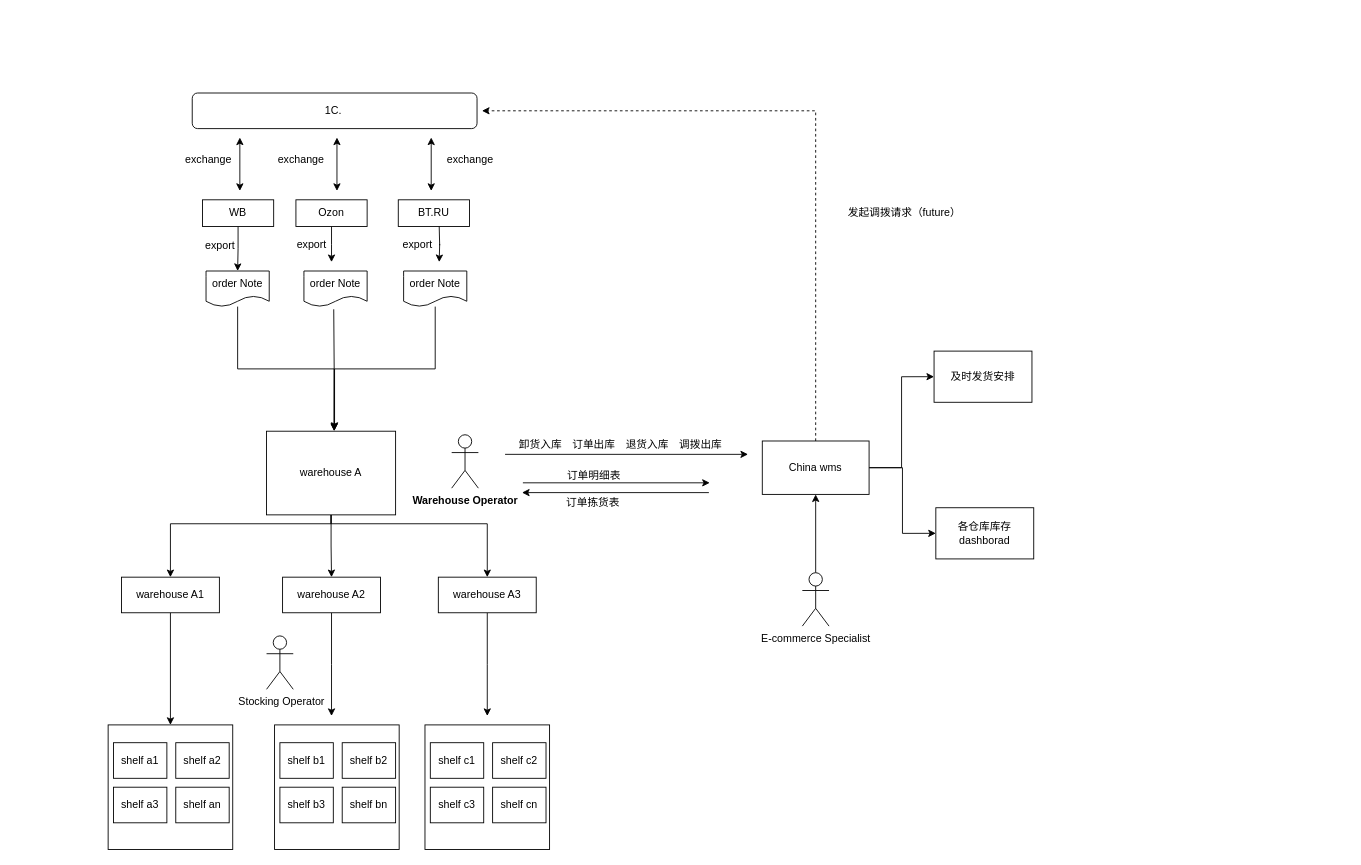
Before: els wms.drawio in redpoppet/drawio_hub, a draw.io diagram. Source tidied: cells renumbered, new cells numbered last; positions are measured from the earlier drawing's top-left corner, leaving out a move shared by most shapes. Both pictures are drawn from the tidied source at 89%, with x=0, y=0 at pixel (108, 93).
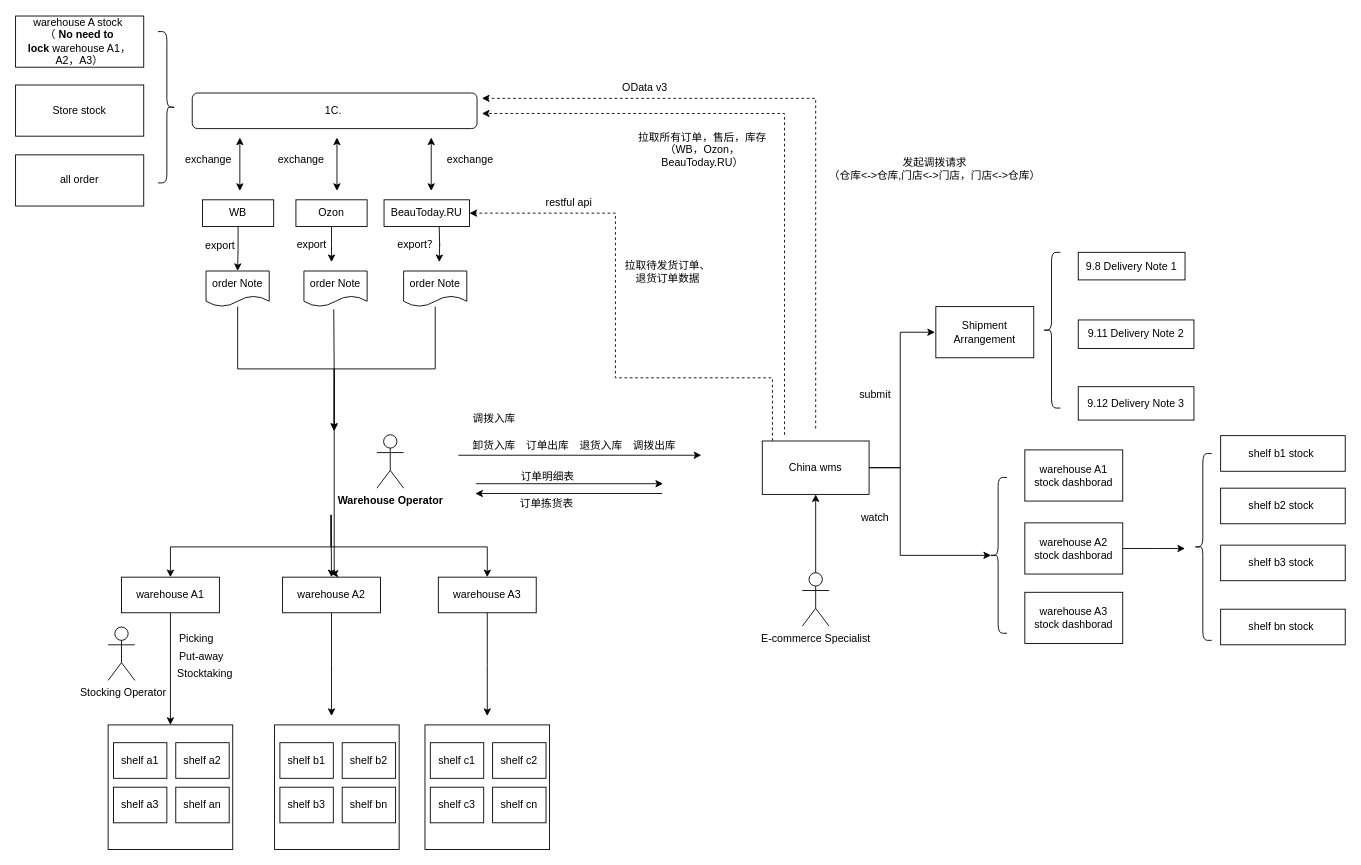
The same diagram, later.

The change refers to these unchanged cells:
```xml
<mxCell id="7" value="China wms" style="rounded=0;whiteSpace=wrap;html=1;" parent="1" vertex="1">
  <mxGeometry x="735" y="391" width="120" height="60" as="geometry" />
</mxCell>
<mxCell id="19" value="warehouse A1" style="rounded=0;whiteSpace=wrap;html=1;" parent="1" vertex="1">
  <mxGeometry x="15" y="544" width="110" height="40" as="geometry" />
</mxCell>
<mxCell id="21" value="warehouse A2" style="rounded=0;whiteSpace=wrap;html=1;" parent="1" vertex="1">
  <mxGeometry x="196" y="544" width="110" height="40" as="geometry" />
</mxCell>
<mxCell id="23" value="warehouse A3" style="rounded=0;whiteSpace=wrap;html=1;" parent="1" vertex="1">
  <mxGeometry x="371" y="544" width="110" height="40" as="geometry" />
</mxCell>
<mxCell id="49" value="order Note" style="shape=document;whiteSpace=wrap;html=1;boundedLbl=1;" parent="1" vertex="1">
  <mxGeometry x="332" y="200" width="71" height="40" as="geometry" />
</mxCell>
```

Diff of the diagram source:
```diff
@@
-    <mxCell id="4" style="edgeStyle=orthogonalEdgeStyle;rounded=0;jettySize=auto;html=1;entryX=0;entryY=0.5;entryDx=0;entryDy=0;" parent="1" edge="1" source="7" target="66">
-      <mxGeometry relative="1" as="geometry" />
+    <mxCell id="4" style="edgeStyle=orthogonalEdgeStyle;rounded=0;jettySize=auto;html=1;entryX=0.1;entryY=0.5;entryDx=0;entryDy=0;entryPerimeter=0;" parent="1" edge="1" source="7" target="80">
+      <mxGeometry relative="1" as="geometry">
+        <Array as="points">
+          <mxPoint x="890" y="421" />
+          <mxPoint x="890" y="520" />
+        </Array>
+      </mxGeometry>
     </mxCell>
-    <mxCell id="5" style="edgeStyle=orthogonalEdgeStyle;rounded=0;jettySize=auto;html=1;dashed=1;" parent="1" edge="1" source="7">
+    <mxCell id="5" style="edgeStyle=orthogonalEdgeStyle;rounded=0;orthogonalLoop=1;jettySize=auto;html=1;dashed=1;" parent="1" edge="1">
       <mxGeometry relative="1" as="geometry">
-        <mxPoint x="420" y="20" as="targetPoint" />
+        <mxPoint x="795" y="377" as="sourcePoint" />
+        <mxPoint x="420" y="6" as="targetPoint" />
         <Array as="points">
-          <mxPoint x="795" y="20" />
+          <mxPoint x="795" y="6" />
         </Array>
       </mxGeometry>
     </mxCell>
-    <mxCell id="6" style="edgeStyle=orthogonalEdgeStyle;rounded=0;jettySize=auto;html=1;entryX=0;entryY=0.5;entryDx=0;entryDy=0;" parent="1" edge="1" source="7" target="68">
-      <mxGeometry relative="1" as="geometry" />
+    <mxCell id="6" style="edgeStyle=orthogonalEdgeStyle;rounded=0;orthogonalLoop=1;jettySize=auto;html=1;entryX=0;entryY=0.5;entryDx=0;entryDy=0;" parent="1" edge="1">
+      <mxGeometry relative="1" as="geometry">
+        <mxPoint x="854" y="421" as="sourcePoint" />
+        <mxPoint x="929" y="268.8" as="targetPoint" />
+        <Array as="points">
+          <mxPoint x="890" y="421" />
+          <mxPoint x="890" y="269" />
+        </Array>
+      </mxGeometry>
     </mxCell>
+    <mxCell id="69" style="edgeStyle=orthogonalEdgeStyle;rounded=0;orthogonalLoop=1;jettySize=auto;html=1;dashed=1;" parent="1" edge="1">
+      <mxGeometry relative="1" as="geometry">
+        <mxPoint x="760" y="384" as="sourcePoint" />
+        <mxPoint x="420" y="23" as="targetPoint" />
+        <Array as="points">
+          <mxPoint x="760" y="23" />
+        </Array>
+      </mxGeometry>
+    </mxCell>
+    <mxCell id="70" style="edgeStyle=orthogonalEdgeStyle;rounded=0;jettySize=auto;html=1;entryX=1;entryY=0.5;entryDx=0;entryDy=0;exitX=0.095;exitY=-0.004;exitDx=0;exitDy=0;exitPerimeter=0;dashed=1;" parent="1" edge="1" source="7" target="12">
+      <mxGeometry relative="1" as="geometry">
+        <Array as="points">
+          <mxPoint x="746" y="320" />
+          <mxPoint x="570" y="320" />
+          <mxPoint x="570" y="135" />
+        </Array>
+      </mxGeometry>
+    </mxCell>
@@
-    <mxCell id="12" value="BT.RU" style="rounded=0;whiteSpace=wrap;html=1;" parent="1" vertex="1">
-      <mxGeometry x="326" y="120" width="80" height="30" as="geometry" />
+    <mxCell id="12" value="BeauToday.RU" style="rounded=0;whiteSpace=wrap;html=1;" parent="1" vertex="1">
+      <mxGeometry x="310" y="120" width="96" height="30" as="geometry" />
     </mxCell>
-    <mxCell id="13" style="edgeStyle=orthogonalEdgeStyle;rounded=0;jettySize=auto;html=1;entryX=0.5;entryY=0;entryDx=0;entryDy=0;" parent="1" edge="1" source="17" target="19">
+    <mxCell id="13" style="edgeStyle=orthogonalEdgeStyle;rounded=0;jettySize=auto;html=1;entryX=0.5;entryY=0;entryDx=0;entryDy=0;" parent="1" edge="1" target="19">
       <mxGeometry relative="1" as="geometry">
+        <mxPoint x="250.5" y="474" as="sourcePoint" />
         <Array as="points">
-          <mxPoint x="250" y="484" />
-          <mxPoint x="70" y="484" />
+          <mxPoint x="250" y="510" />
+          <mxPoint x="70" y="510" />
         </Array>
       </mxGeometry>
     </mxCell>
-    <mxCell id="14" style="edgeStyle=orthogonalEdgeStyle;rounded=0;jettySize=auto;html=1;entryX=0.5;entryY=0;entryDx=0;entryDy=0;" parent="1" edge="1" source="17" target="21">
-      <mxGeometry relative="1" as="geometry" />
+    <mxCell id="14" style="edgeStyle=orthogonalEdgeStyle;rounded=0;jettySize=auto;html=1;entryX=0.5;entryY=0;entryDx=0;entryDy=0;" parent="1" edge="1" target="21">
+      <mxGeometry relative="1" as="geometry">
+        <mxPoint x="250.5" y="474" as="sourcePoint" />
+      </mxGeometry>
     </mxCell>
-    <mxCell id="15" style="edgeStyle=orthogonalEdgeStyle;rounded=0;jettySize=auto;html=1;" parent="1" edge="1" source="17" target="23">
+    <mxCell id="15" style="edgeStyle=orthogonalEdgeStyle;rounded=0;jettySize=auto;html=1;" parent="1" edge="1" target="23">
       <mxGeometry relative="1" as="geometry">
+        <mxPoint x="250.5" y="474" as="sourcePoint" />
         <Array as="points">
-          <mxPoint x="250" y="484" />
-          <mxPoint x="426" y="484" />
+          <mxPoint x="250" y="510" />
+          <mxPoint x="426" y="510" />
         </Array>
       </mxGeometry>
     </mxCell>
     <mxCell id="16" style="edgeStyle=orthogonalEdgeStyle;rounded=0;orthogonalLoop=1;jettySize=auto;html=1;" parent="1" edge="1">
       <mxGeometry relative="1" as="geometry">
-        <mxPoint x="446" y="406" as="sourcePoint" />
-        <mxPoint x="719" y="406" as="targetPoint" />
+        <mxPoint x="393.5" y="407" as="sourcePoint" />
+        <mxPoint x="666.5" y="407" as="targetPoint" />
       </mxGeometry>
     </mxCell>
-    <mxCell id="17" value="warehouse A" style="rounded=0;whiteSpace=wrap;html=1;" parent="1" vertex="1">
-      <mxGeometry x="178" y="380" width="145" height="94" as="geometry" />
-    </mxCell>
@@
-    <mxCell id="50" value="export" style="text;html=1;whiteSpace=wrap;strokeColor=none;fillColor=none;align=center;verticalAlign=middle;rounded=0;" parent="1" vertex="1">
+    <mxCell id="50" value="export？" style="text;html=1;whiteSpace=wrap;strokeColor=none;fillColor=none;align=center;verticalAlign=middle;rounded=0;" parent="1" vertex="1">
       <mxGeometry x="318" y="156" width="60" height="30" as="geometry" />
     </mxCell>
@@
     <mxCell id="52" value="卸货入库" style="text;html=1;whiteSpace=wrap;strokeColor=none;fillColor=none;align=center;verticalAlign=middle;rounded=0;" parent="1" vertex="1">
-      <mxGeometry x="456" y="380" width="60" height="30" as="geometry" />
+      <mxGeometry x="403.5" y="381" width="60" height="30" as="geometry" />
     </mxCell>
     <mxCell id="53" value="订单出库" style="text;html=1;whiteSpace=wrap;strokeColor=none;fillColor=none;align=center;verticalAlign=middle;rounded=0;" parent="1" vertex="1">
-      <mxGeometry x="516" y="380" width="60" height="30" as="geometry" />
+      <mxGeometry x="463.5" y="381" width="60" height="30" as="geometry" />
     </mxCell>
     <mxCell id="54" value="退货入库" style="text;html=1;whiteSpace=wrap;strokeColor=none;fillColor=none;align=center;verticalAlign=middle;rounded=0;" parent="1" vertex="1">
-      <mxGeometry x="576" y="380" width="60" height="30" as="geometry" />
+      <mxGeometry x="523.5" y="381" width="60" height="30" as="geometry" />
     </mxCell>
     <mxCell id="55" value="调拨出库" style="text;html=1;whiteSpace=wrap;strokeColor=none;fillColor=none;align=center;verticalAlign=middle;rounded=0;" parent="1" vertex="1">
-      <mxGeometry x="636" y="380" width="60" height="30" as="geometry" />
+      <mxGeometry x="583.5" y="381" width="60" height="30" as="geometry" />
     </mxCell>
     <mxCell id="56" style="endArrow=classic;html=1;rounded=0;" parent="1" edge="1">
       <mxGeometry relative="1" as="geometry">
-        <mxPoint x="466" y="438" as="sourcePoint" />
-        <mxPoint x="676" y="438" as="targetPoint" />
+        <mxPoint x="413.5" y="439" as="sourcePoint" />
+        <mxPoint x="623.5" y="439" as="targetPoint" />
       </mxGeometry>
     </mxCell>
     <mxCell id="57" value="订单明细表" style="text;html=1;whiteSpace=wrap;strokeColor=none;fillColor=none;align=center;verticalAlign=middle;rounded=0;" parent="1" vertex="1">
-      <mxGeometry x="501" y="415" width="90" height="30" as="geometry" />
+      <mxGeometry x="448.5" y="416" width="90" height="30" as="geometry" />
     </mxCell>
     <mxCell id="58" value="订单拣货表" style="text;html=1;whiteSpace=wrap;strokeColor=none;fillColor=none;align=center;verticalAlign=middle;rounded=0;" parent="1" vertex="1">
-      <mxGeometry x="500" y="446" width="90" height="30" as="geometry" />
+      <mxGeometry x="447.5" y="447" width="90" height="30" as="geometry" />
     </mxCell>
     <mxCell id="59" style="endArrow=classic;html=1;rounded=0;" parent="1" edge="1">
       <mxGeometry relative="1" as="geometry">
-        <mxPoint x="675" y="449" as="sourcePoint" />
-        <mxPoint x="465" y="449" as="targetPoint" />
+        <mxPoint x="622.5" y="450" as="sourcePoint" />
+        <mxPoint x="412.5" y="450" as="targetPoint" />
       </mxGeometry>
     </mxCell>
@@
-    <mxCell id="61" style="edgeStyle=orthogonalEdgeStyle;rounded=0;jettySize=auto;html=1;entryX=0.527;entryY=-0.016;entryDx=0;entryDy=0;entryPerimeter=0;" parent="1" edge="1" source="49" target="17">
+    <mxCell id="61" style="edgeStyle=orthogonalEdgeStyle;rounded=0;jettySize=auto;html=1;" parent="1" edge="1" source="49">
       <mxGeometry relative="1" as="geometry">
+        <mxPoint x="250" y="540" as="targetPoint" />
         <Array as="points">
           <mxPoint x="368" y="310" />
           <mxPoint x="254" y="310" />
         </Array>
       </mxGeometry>
     </mxCell>
@@
     <mxCell id="64" value="&lt;strong&gt;Warehouse Operator&lt;/strong&gt;" style="shape=umlActor;verticalLabelPosition=bottom;verticalAlign=top;html=1;" parent="1" vertex="1">
-      <mxGeometry x="386" y="384" width="30" height="60" as="geometry" />
+      <mxGeometry x="302" y="384" width="30" height="60" as="geometry" />
     </mxCell>
-    <mxCell id="65" value="&amp;nbsp;Stocking Operator" style="shape=umlActor;verticalLabelPosition=bottom;verticalAlign=top;html=1;" parent="1" vertex="1">
-      <mxGeometry x="178" y="610" width="30" height="60" as="geometry" />
-    </mxCell>
-    <mxCell id="66" value="各仓库库存dashborad" style="rounded=0;whiteSpace=wrap;html=1;" parent="1" vertex="1">
-      <mxGeometry x="930" y="466" width="110" height="57.5" as="geometry" />
-    </mxCell>
-    <mxCell id="67" value="发起调拨请求（future）" style="text;html=1;whiteSpace=wrap;strokeColor=none;fillColor=none;align=center;verticalAlign=middle;rounded=0;" parent="1" vertex="1">
-      <mxGeometry x="805" y="120" width="180" height="30" as="geometry" />
+    <mxCell id="67" value="发起调拨请求&lt;div&gt;（仓库&amp;lt;-&amp;gt;仓库,门店&amp;lt;-&amp;gt;门店，门店&amp;lt;-&amp;gt;仓库）&lt;/div&gt;" style="text;html=1;whiteSpace=wrap;strokeColor=none;fillColor=none;align=center;verticalAlign=middle;rounded=0;" parent="1" vertex="1">
+      <mxGeometry x="800" y="50" width="258" height="70" as="geometry" />
     </mxCell>
-    <mxCell id="68" value="及时发货安排" style="rounded=0;whiteSpace=wrap;html=1;" parent="1" vertex="1">
-      <mxGeometry x="928" y="290" width="110" height="57.5" as="geometry" />
+    <mxCell id="68" value="Shipment Arrangement" style="rounded=0;whiteSpace=wrap;html=1;" parent="1" vertex="1">
+      <mxGeometry x="930" y="240" width="110" height="57.5" as="geometry" />
     </mxCell>
+    <mxCell id="71" value="warehouse A stock&amp;nbsp;&lt;div&gt;（&amp;nbsp;&lt;strong style=&quot;background-color: transparent; color: light-dark(rgb(0, 0, 0), rgb(255, 255, 255));&quot;&gt;No need to lock&amp;nbsp;&lt;/strong&gt;&lt;span style=&quot;background-color: transparent; color: light-dark(rgb(0, 0, 0), rgb(255, 255, 255));&quot;&gt;warehouse A1，A2，A3&lt;/span&gt;&lt;span style=&quot;background-color: transparent; color: light-dark(rgb(0, 0, 0), rgb(255, 255, 255));&quot;&gt;）&lt;/span&gt;&lt;/div&gt;" style="rounded=0;whiteSpace=wrap;html=1;" parent="1" vertex="1">
+      <mxGeometry x="-104" y="-86.5" width="144" height="57.5" as="geometry" />
+    </mxCell>
+    <mxCell id="72" value="Store stock" style="rounded=0;whiteSpace=wrap;html=1;" parent="1" vertex="1">
+      <mxGeometry x="-104" y="-9" width="144" height="57.5" as="geometry" />
+    </mxCell>
+    <mxCell id="73" value="all order" style="rounded=0;whiteSpace=wrap;html=1;" parent="1" vertex="1">
+      <mxGeometry x="-104" y="69.5" width="144" height="57.5" as="geometry" />
+    </mxCell>
+    <mxCell id="74" style="shape=curlyBracket;whiteSpace=wrap;html=1;rounded=1;flipH=1;labelPosition=right;verticalLabelPosition=middle;align=left;verticalAlign=middle;legacyAnchorPoints=0;" parent="1" vertex="1">
+      <mxGeometry x="56" y="-69" width="20" height="170" as="geometry" />
+    </mxCell>
+    <mxCell id="75" value="拉取所有订单，售后，库存&lt;div&gt;（WB，Ozon，&lt;span style=&quot;background-color: transparent; color: light-dark(rgb(0, 0, 0), rgb(255, 255, 255));&quot;&gt;BeauToday.RU&lt;/span&gt;&lt;span style=&quot;background-color: transparent; color: light-dark(rgb(0, 0, 0), rgb(255, 255, 255));&quot;&gt;）&lt;/span&gt;&lt;/div&gt;" style="text;html=1;whiteSpace=wrap;strokeColor=none;fillColor=none;align=center;verticalAlign=middle;rounded=0;" parent="1" vertex="1">
+      <mxGeometry x="580" y="48.5" width="176" height="30" as="geometry" />
+    </mxCell>
+    <mxCell id="76" value="warehouse &lt;span style=&quot;color: light-dark(rgb(0, 0, 0), rgb(255, 255, 255)); background-color: transparent;&quot;&gt;A1&lt;/span&gt;&lt;div&gt;stock dashborad&lt;/div&gt;" style="rounded=0;whiteSpace=wrap;html=1;" parent="1" vertex="1">
+      <mxGeometry x="1030" y="401" width="110" height="57.5" as="geometry" />
+    </mxCell>
+    <mxCell id="77" style="edgeStyle=orthogonalEdgeStyle;rounded=0;jettySize=auto;html=1;" parent="1" edge="1" source="78">
+      <mxGeometry relative="1" as="geometry">
+        <mxPoint x="1210" y="511.8" as="targetPoint" />
+      </mxGeometry>
+    </mxCell>
+    <mxCell id="78" value="warehouse &lt;span style=&quot;color: light-dark(rgb(0, 0, 0), rgb(255, 255, 255)); background-color: transparent;&quot;&gt;A2&lt;/span&gt;&lt;div&gt;stock dashborad&lt;/div&gt;" style="rounded=0;whiteSpace=wrap;html=1;" parent="1" vertex="1">
+      <mxGeometry x="1030" y="483" width="110" height="57.5" as="geometry" />
+    </mxCell>
+    <mxCell id="79" value="warehouse &lt;span style=&quot;color: light-dark(rgb(0, 0, 0), rgb(255, 255, 255)); background-color: transparent;&quot;&gt;A3&lt;/span&gt;&lt;div&gt;stock dashborad&lt;/div&gt;" style="rounded=0;whiteSpace=wrap;html=1;" parent="1" vertex="1">
+      <mxGeometry x="1030" y="561" width="110" height="57.5" as="geometry" />
+    </mxCell>
+    <mxCell id="80" style="shape=curlyBracket;whiteSpace=wrap;html=1;rounded=1;labelPosition=left;verticalLabelPosition=middle;align=right;verticalAlign=middle;" parent="1" vertex="1">
+      <mxGeometry x="990" y="432" width="20" height="175" as="geometry" />
+    </mxCell>
+    <mxCell id="81" value="shelf b1 stock&amp;nbsp;" style="rounded=0;whiteSpace=wrap;html=1;" parent="1" vertex="1">
+      <mxGeometry x="1250" y="385" width="140" height="40" as="geometry" />
+    </mxCell>
+    <mxCell id="82" value="shelf b2 stock&amp;nbsp;" style="rounded=0;whiteSpace=wrap;html=1;" parent="1" vertex="1">
+      <mxGeometry x="1250" y="444" width="140" height="40" as="geometry" />
+    </mxCell>
+    <mxCell id="83" value="shelf b3 stock&amp;nbsp;" style="rounded=0;whiteSpace=wrap;html=1;" parent="1" vertex="1">
+      <mxGeometry x="1250" y="508" width="140" height="40" as="geometry" />
+    </mxCell>
+    <mxCell id="84" value="shelf bn stock&amp;nbsp;" style="rounded=0;whiteSpace=wrap;html=1;" parent="1" vertex="1">
+      <mxGeometry x="1250" y="580" width="140" height="40" as="geometry" />
+    </mxCell>
+    <mxCell id="85" style="shape=curlyBracket;whiteSpace=wrap;html=1;rounded=1;labelPosition=left;verticalLabelPosition=middle;align=right;verticalAlign=middle;" parent="1" vertex="1">
+      <mxGeometry x="1220" y="405" width="20" height="210" as="geometry" />
+    </mxCell>
+    <mxCell id="86" value="9.8 Delivery Note 1" style="rounded=0;whiteSpace=wrap;html=1;" parent="1" vertex="1">
+      <mxGeometry x="1090" y="179" width="120" height="31" as="geometry" />
+    </mxCell>
+    <mxCell id="87" value="9.12 Delivery Note 3" style="rounded=0;whiteSpace=wrap;html=1;" parent="1" vertex="1">
+      <mxGeometry x="1090" y="330" width="130" height="37.5" as="geometry" />
+    </mxCell>
+    <mxCell id="88" style="shape=curlyBracket;whiteSpace=wrap;html=1;rounded=1;labelPosition=left;verticalLabelPosition=middle;align=right;verticalAlign=middle;" parent="1" vertex="1">
+      <mxGeometry x="1050" y="179" width="20" height="175" as="geometry" />
+    </mxCell>
+    <mxCell id="89" value="9.11 Delivery Note 2" style="rounded=0;whiteSpace=wrap;html=1;" parent="1" vertex="1">
+      <mxGeometry x="1090" y="255" width="130" height="32" as="geometry" />
+    </mxCell>
+    <mxCell id="90" value="submit" style="text;html=1;whiteSpace=wrap;strokeColor=none;fillColor=none;align=center;verticalAlign=middle;rounded=0;" parent="1" vertex="1">
+      <mxGeometry x="832" y="324" width="60" height="30" as="geometry" />
+    </mxCell>
+    <mxCell id="91" value="watch" style="text;html=1;whiteSpace=wrap;strokeColor=none;fillColor=none;align=center;verticalAlign=middle;rounded=0;" parent="1" vertex="1">
+      <mxGeometry x="832" y="462" width="60" height="30" as="geometry" />
+    </mxCell>
+    <mxCell id="65" value="&amp;nbsp;Stocking Operator" style="shape=umlActor;verticalLabelPosition=bottom;verticalAlign=top;html=1;" parent="1" vertex="1">
+      <mxGeometry y="600" width="30" height="60" as="geometry" />
+    </mxCell>
+    <mxCell id="92" value="Picking" style="text;whiteSpace=wrap;html=1;" parent="1" vertex="1">
+      <mxGeometry x="78" y="599" width="70" height="40" as="geometry" />
+    </mxCell>
+    <mxCell id="93" value="调拨入库" style="text;html=1;whiteSpace=wrap;strokeColor=none;fillColor=none;align=center;verticalAlign=middle;rounded=0;" parent="1" vertex="1">
+      <mxGeometry x="403.5" y="351" width="60" height="30" as="geometry" />
+    </mxCell>
+    <mxCell id="94" value="拉取&lt;span style=&quot;background-color: transparent; color: light-dark(rgb(0, 0, 0), rgb(255, 255, 255));&quot;&gt;待发货订单、&lt;/span&gt;&lt;div&gt;&lt;span style=&quot;background-color: transparent; color: light-dark(rgb(0, 0, 0), rgb(255, 255, 255));&quot;&gt;退货订单数据&lt;/span&gt;&lt;/div&gt;" style="text;html=1;whiteSpace=wrap;strokeColor=none;fillColor=none;align=center;verticalAlign=middle;rounded=0;" parent="1" vertex="1">
+      <mxGeometry x="551" y="186" width="156" height="30" as="geometry" />
+    </mxCell>
+    <mxCell id="95" value="OData v3" style="text;whiteSpace=wrap;html=1;" parent="1" vertex="1">
+      <mxGeometry x="576" y="-20" width="80" height="40" as="geometry" />
+    </mxCell>
+    <mxCell id="96" value="restful api" style="text;whiteSpace=wrap;html=1;" parent="1" vertex="1">
+      <mxGeometry x="490" y="110" width="80" height="40" as="geometry" />
+    </mxCell>
+    <mxCell id="97" value="Put‑away" style="text;whiteSpace=wrap;html=1;" parent="1" vertex="1">
+      <mxGeometry x="78" y="620" width="80" height="40" as="geometry" />
+    </mxCell>
+    <mxCell id="98" value="Stocktaking" style="text;whiteSpace=wrap;html=1;" parent="1" vertex="1">
+      <mxGeometry x="76" y="639" width="100" height="40" as="geometry" />
+    </mxCell>
```
